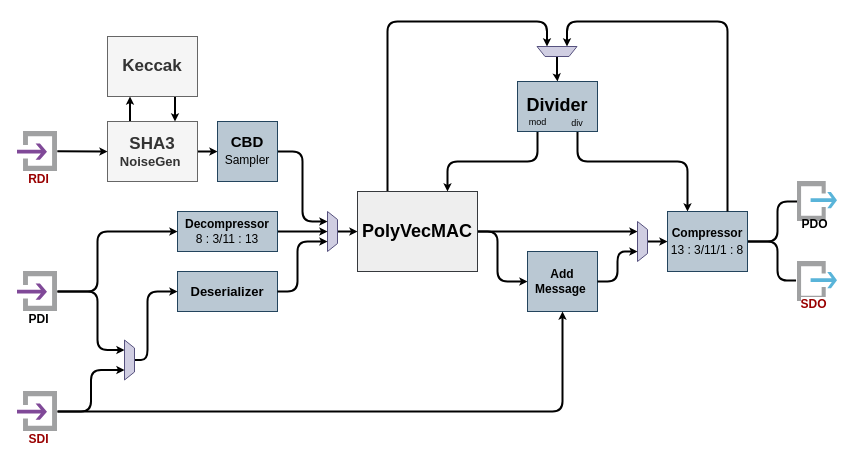
Before: page "CPA" (8 of 9) of doc/kyber.drawio in kammoh/kyber.light, a draw.io diagram. Source tidied: cells renumbered, new cells numbered last; positions are measured from the earlier drawing's top-left corner, leaving out a move shared by most shapes. Both pictures are drawn from the tidied source at 100%, with x=0, y=0 at pixel (17, 21).
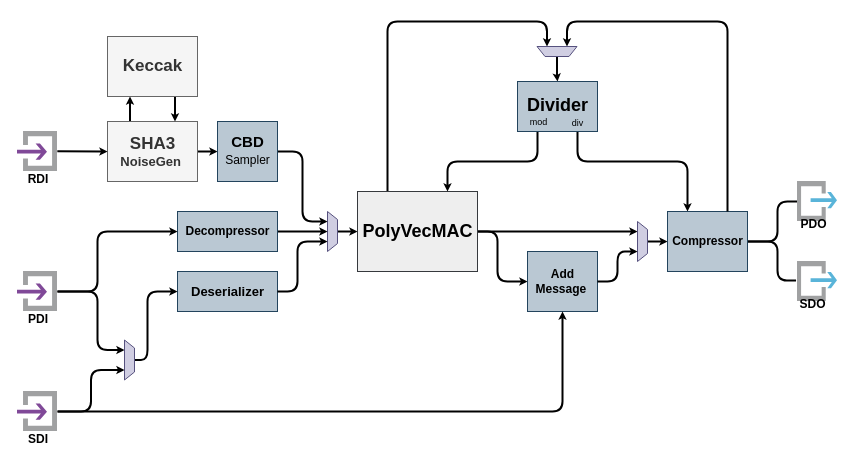
The same page after the edit.

The change refers to these unchanged cells:
```xml
<mxCell id="30" style="group;" parent="1" vertex="1">
  <mxGeometry x="500" y="60" width="80" height="50" as="geometry" />
</mxCell>
```

The edit, as a diff of the source:
```diff
@@
-    <mxCell id="5" value="&lt;b&gt;&lt;font&gt;&lt;span style=&quot;font-size: 17px&quot;&gt;SHA3&lt;/span&gt;&lt;br&gt;&lt;font style=&quot;font-size: 13px&quot;&gt;NoiseGen&amp;nbsp;&lt;/font&gt;&lt;/font&gt;&lt;/b&gt;&lt;br&gt;" style="rounded=0;whiteSpace=wrap;html=1;fillColor=#f5f5f5;strokeColor=#666666;fontColor=#333333;" parent="1" vertex="1">
+    <mxCell id="5" value="&lt;b&gt;&lt;font&gt;&lt;span style=&quot;font-size: 17px&quot;&gt;SHA3&lt;/span&gt;&lt;br&gt;&lt;font style=&quot;font-size: 13px&quot;&gt;NoiseGen&amp;nbsp;&lt;/font&gt;&lt;/font&gt;&lt;/b&gt;&lt;br&gt;" style="rounded=0;html=1;fillColor=#f5f5f5;strokeColor=#666666;fontColor=#333333;" parent="1" vertex="1">
       <mxGeometry x="90" y="100" width="90" height="60" as="geometry" />
     </mxCell>
@@
-    <mxCell id="7" style="shape=trapezoid;perimeter=trapezoidPerimeter;whiteSpace=wrap;html=1;direction=south;fillColor=#d0cee2;strokeColor=#56517e;" parent="1" vertex="1">
+    <mxCell id="7" style="shape=trapezoid;perimeter=trapezoidPerimeter;html=1;direction=south;fillColor=#d0cee2;strokeColor=#56517e;" parent="1" vertex="1">
       <mxGeometry x="310" y="190" width="10" height="40" as="geometry" />
     </mxCell>
@@
-    <mxCell id="11" value="&lt;p style=&quot;line-height: 140%&quot;&gt;&lt;b&gt;&lt;font&gt;&lt;font style=&quot;font-size: 15px&quot;&gt;CBD&lt;/font&gt;&lt;br&gt;&lt;/font&gt;&lt;/b&gt;Sampler&lt;br&gt;&lt;/p&gt;" style="rounded=0;whiteSpace=wrap;html=1;fillColor=#bac8d3;strokeColor=#23445d;" parent="1" vertex="1">
+    <mxCell id="11" value="&lt;p style=&quot;line-height: 140%&quot;&gt;&lt;b&gt;&lt;font&gt;&lt;font style=&quot;font-size: 15px&quot;&gt;CBD&lt;/font&gt;&lt;br&gt;&lt;/font&gt;&lt;/b&gt;Sampler&lt;br&gt;&lt;/p&gt;" style="rounded=0;html=1;fillColor=#bac8d3;strokeColor=#23445d;" parent="1" vertex="1">
       <mxGeometry x="200" y="100" width="60" height="60" as="geometry" />
     </mxCell>
@@
-    <mxCell id="13" value="&lt;b&gt;Add&lt;/b&gt;&lt;b&gt;&lt;br&gt;Message&amp;nbsp;&lt;/b&gt;" style="rounded=0;whiteSpace=wrap;html=1;fillColor=#bac8d3;strokeColor=#23445d;" parent="1" vertex="1">
+    <mxCell id="13" value="&lt;b&gt;Add&lt;/b&gt;&lt;b&gt;&lt;br&gt;Message&amp;nbsp;&lt;/b&gt;" style="rounded=0;html=1;fillColor=#bac8d3;strokeColor=#23445d;" parent="1" vertex="1">
       <mxGeometry x="510" y="230" width="70" height="60" as="geometry" />
     </mxCell>
@@
-    <mxCell id="17" value="&lt;p style=&quot;line-height: 140%&quot;&gt;&lt;b&gt;Compressor&lt;/b&gt;&lt;br&gt;13 : 3/11/1 : 8&lt;br&gt;&lt;/p&gt;" style="rounded=0;whiteSpace=wrap;html=1;fillColor=#bac8d3;strokeColor=#23445d;" parent="1" vertex="1">
+    <mxCell id="17" value="&lt;p style=&quot;line-height: 140%&quot;&gt;&lt;b&gt;Compressor&lt;/b&gt;&lt;br&gt;&lt;/p&gt;" style="rounded=0;html=1;fillColor=#bac8d3;strokeColor=#23445d;" parent="1" vertex="1">
       <mxGeometry x="650" y="190" width="80" height="60" as="geometry" />
     </mxCell>
-    <mxCell id="18" value="&lt;b&gt;PDO&lt;/b&gt;" style="html=1;perimeter=none;align=center;shadow=0;dashed=0;image;fontSize=12;image=img/lib/mscae/Output.svg;strokeColor=#666666;strokeWidth=2;fillColor=none;labelBackgroundColor=none;spacingBottom=-4;spacingTop=-11;spacingRight=7;" parent="1" vertex="1">
+    <mxCell id="18" value="PDO" style="perimeter=none;align=center;shadow=0;dashed=0;image;fontSize=12;image=img/lib/mscae/Output.svg;strokeColor=#666666;strokeWidth=2;fillColor=none;labelBackgroundColor=none;spacingBottom=-4;spacingTop=-11;spacingRight=7;fontStyle=1;" parent="1" vertex="1">
       <mxGeometry x="780" y="160" width="40" height="40" as="geometry" />
     </mxCell>
-    <mxCell id="19" value="&lt;p style=&quot;line-height: 50%&quot;&gt;&lt;b style=&quot;font-size: 13px&quot;&gt;Deserializer&lt;/b&gt;&lt;/p&gt;" style="rounded=0;whiteSpace=wrap;html=1;fillColor=#bac8d3;strokeColor=#23445d;" parent="1" vertex="1">
+    <mxCell id="19" value="&lt;p style=&quot;line-height: 50%&quot;&gt;&lt;b style=&quot;font-size: 13px&quot;&gt;Deserializer&lt;/b&gt;&lt;/p&gt;" style="rounded=0;html=1;fillColor=#bac8d3;strokeColor=#23445d;" parent="1" vertex="1">
       <mxGeometry x="160" y="250" width="100" height="40" as="geometry" />
     </mxCell>
@@
-    <mxCell id="23" value="&lt;font&gt;&lt;b&gt;&lt;font style=&quot;font-size: 18px&quot;&gt;PolyVecMAC&lt;/font&gt;&lt;/b&gt;&lt;br&gt;&lt;/font&gt;" style="rounded=0;whiteSpace=wrap;html=1;labelBackgroundColor=none;strokeWidth=1;fillColor=#eeeeee;align=center;strokeColor=#36393d;" parent="1" vertex="1">
+    <mxCell id="23" value="&lt;font&gt;&lt;b&gt;&lt;font style=&quot;font-size: 18px&quot;&gt;PolyVecMAC&lt;/font&gt;&lt;/b&gt;&lt;br&gt;&lt;/font&gt;" style="rounded=0;html=1;labelBackgroundColor=none;strokeWidth=1;fillColor=#eeeeee;align=center;strokeColor=#36393d;" parent="1" vertex="1">
       <mxGeometry x="340" y="170" width="120" height="80" as="geometry" />
     </mxCell>
-    <mxCell id="24" style="shape=trapezoid;perimeter=trapezoidPerimeter;whiteSpace=wrap;html=1;direction=south;fillColor=#d0cee2;strokeColor=#56517e;" parent="1" vertex="1">
+    <mxCell id="24" style="shape=trapezoid;perimeter=trapezoidPerimeter;html=1;direction=south;fillColor=#d0cee2;strokeColor=#56517e;" parent="1" vertex="1">
       <mxGeometry x="620" y="200" width="10" height="40" as="geometry" />
     </mxCell>
@@
-    <mxCell id="29" style="shape=trapezoid;perimeter=trapezoidPerimeter;whiteSpace=wrap;html=1;direction=west;fillColor=#d0cee2;strokeColor=#56517e;" parent="1" vertex="1">
+    <mxCell id="29" style="shape=trapezoid;perimeter=trapezoidPerimeter;html=1;direction=west;fillColor=#d0cee2;strokeColor=#56517e;" parent="1" vertex="1">
       <mxGeometry x="519.5" y="25" width="40" height="10" as="geometry" />
     </mxCell>
@@
-    <mxCell id="31" value="&lt;p style=&quot;line-height: 140%&quot;&gt;&lt;span style=&quot;font-size: 18px&quot;&gt;&lt;b&gt;Divider&lt;/b&gt;&lt;/span&gt;&lt;/p&gt;" style="rounded=0;whiteSpace=wrap;html=1;fillColor=#bac8d3;strokeColor=#23445d;" parent="30" vertex="1">
+    <mxCell id="31" value="&lt;p style=&quot;line-height: 140%&quot;&gt;&lt;span style=&quot;font-size: 18px&quot;&gt;&lt;b&gt;Divider&lt;/b&gt;&lt;/span&gt;&lt;/p&gt;" style="rounded=0;html=1;fillColor=#bac8d3;strokeColor=#23445d;" parent="30" vertex="1">
       <mxGeometry width="80" height="50" as="geometry" />
     </mxCell>
-    <mxCell id="32" value="&lt;font style=&quot;font-size: 9px&quot;&gt;mod&lt;/font&gt;" style="text;html=1;strokeColor=none;fillColor=none;align=center;verticalAlign=middle;whiteSpace=wrap;rounded=0;" parent="30" vertex="1">
+    <mxCell id="32" value="&lt;font style=&quot;font-size: 9px&quot;&gt;mod&lt;/font&gt;" style="text;html=1;strokeColor=none;fillColor=none;align=center;verticalAlign=middle;rounded=0;" parent="30" vertex="1">
       <mxGeometry x="7" y="33" width="27" height="13" as="geometry" />
     </mxCell>
-    <mxCell id="33" value="&lt;font style=&quot;font-size: 9px&quot;&gt;div&lt;/font&gt;" style="text;html=1;strokeColor=none;fillColor=none;align=center;verticalAlign=middle;whiteSpace=wrap;rounded=0;" parent="30" vertex="1">
+    <mxCell id="33" value="&lt;font style=&quot;font-size: 9px&quot;&gt;div&lt;/font&gt;" style="text;html=1;strokeColor=none;fillColor=none;align=center;verticalAlign=middle;rounded=0;" parent="30" vertex="1">
       <mxGeometry x="50" y="35" width="20" height="11" as="geometry" />
     </mxCell>
@@
-    <mxCell id="35" value="&lt;span style=&quot;font-size: 17px&quot;&gt;&lt;b&gt;Keccak&lt;/b&gt;&lt;/span&gt;&lt;br&gt;" style="rounded=0;whiteSpace=wrap;html=1;fillColor=#f5f5f5;strokeColor=#666666;fontColor=#333333;" parent="1" vertex="1">
+    <mxCell id="35" value="&lt;span style=&quot;font-size: 17px&quot;&gt;&lt;b&gt;Keccak&lt;/b&gt;&lt;/span&gt;&lt;br&gt;" style="rounded=0;html=1;fillColor=#f5f5f5;strokeColor=#666666;fontColor=#333333;" parent="1" vertex="1">
       <mxGeometry x="90" y="15" width="90" height="60" as="geometry" />
     </mxCell>
-    <mxCell id="36" value="&lt;font color=&quot;#990000&quot;&gt;SDO&lt;/font&gt;" style="html=1;perimeter=none;align=center;shadow=0;dashed=0;image;fontSize=12;image=img/lib/mscae/Output.svg;strokeColor=#666666;strokeWidth=2;fillColor=none;spacingLeft=-2;spacingRight=7;fontStyle=1;spacingBottom=-4;spacingTop=-11;" parent="1" vertex="1">
+    <mxCell id="36" value="SDO" style="perimeter=none;align=center;shadow=0;dashed=0;image;fontSize=12;image=img/lib/mscae/Output.svg;strokeColor=#666666;strokeWidth=2;fillColor=none;spacingLeft=-2;spacingRight=7;fontStyle=1;spacingBottom=-4;spacingTop=-11;labelBackgroundColor=none;" parent="1" vertex="1">
       <mxGeometry x="780" y="240" width="40" height="40" as="geometry" />
     </mxCell>
@@
-    <mxCell id="38" value="&lt;b&gt;Decompressor&lt;/b&gt;&lt;br&gt;8 : 3/11 : 13&lt;br&gt;" style="rounded=0;whiteSpace=wrap;html=1;fillColor=#bac8d3;strokeColor=#23445d;" parent="1" vertex="1">
+    <mxCell id="38" value="&lt;b&gt;Decompressor&lt;/b&gt;&lt;br&gt;" style="rounded=0;html=1;fillColor=#bac8d3;strokeColor=#23445d;" parent="1" vertex="1">
       <mxGeometry x="160" y="190" width="100" height="40" as="geometry" />
     </mxCell>
@@
-    <mxCell id="40" style="shape=trapezoid;perimeter=trapezoidPerimeter;whiteSpace=wrap;html=1;direction=south;fillColor=#d0cee2;strokeColor=#56517e;" parent="1" vertex="1">
+    <mxCell id="40" style="shape=trapezoid;perimeter=trapezoidPerimeter;html=1;direction=south;fillColor=#d0cee2;strokeColor=#56517e;" parent="1" vertex="1">
       <mxGeometry x="107" y="318.5" width="10" height="40" as="geometry" />
     </mxCell>
@@
-    <mxCell id="44" value="&lt;b&gt;PDI&lt;/b&gt;" style="html=1;perimeter=none;align=center;shadow=0;dashed=0;image;fontSize=12;image=img/lib/mscae/Input.svg;labelBackgroundColor=none;spacingBottom=6;spacingTop=-6;spacingLeft=2;" parent="1" vertex="1">
+    <mxCell id="44" value="PDI" style="perimeter=none;align=center;shadow=0;dashed=0;image;fontSize=12;image=img/lib/mscae/Input.svg;labelBackgroundColor=none;spacingBottom=6;spacingTop=-6;spacingLeft=2;fontStyle=1;" parent="1" vertex="1">
       <mxGeometry y="250" width="40" height="40" as="geometry" />
     </mxCell>
-    <mxCell id="45" value="&lt;b&gt;&lt;font color=&quot;#990000&quot;&gt;SDI&lt;/font&gt;&lt;/b&gt;" style="html=1;perimeter=none;align=center;shadow=0;dashed=0;image;fontSize=12;image=img/lib/mscae/Input.svg;labelBackgroundColor=none;spacingBottom=6;spacingTop=-6;spacingLeft=2;" parent="1" vertex="1">
+    <mxCell id="45" value="SDI" style="perimeter=none;align=center;shadow=0;dashed=0;image;fontSize=12;image=img/lib/mscae/Input.svg;labelBackgroundColor=none;spacingBottom=6;spacingTop=-6;spacingLeft=2;fontStyle=1;" parent="1" vertex="1">
       <mxGeometry y="370" width="40" height="40" as="geometry" />
     </mxCell>
-    <mxCell id="46" value="&lt;b&gt;&lt;font color=&quot;#990000&quot;&gt;RDI&lt;/font&gt;&lt;/b&gt;" style="html=1;perimeter=none;align=center;shadow=0;dashed=0;image;fontSize=12;image=img/lib/mscae/Input.svg;labelBackgroundColor=none;spacingBottom=6;spacingTop=-6;spacingLeft=2;" parent="1" vertex="1">
+    <mxCell id="46" value="RDI" style="perimeter=none;align=center;shadow=0;dashed=0;image;fontSize=12;image=img/lib/mscae/Input.svg;labelBackgroundColor=none;spacingBottom=6;spacingTop=-6;spacingLeft=2;fontStyle=1;" parent="1" vertex="1">
       <mxGeometry y="110" width="40" height="40" as="geometry" />
     </mxCell>
```
